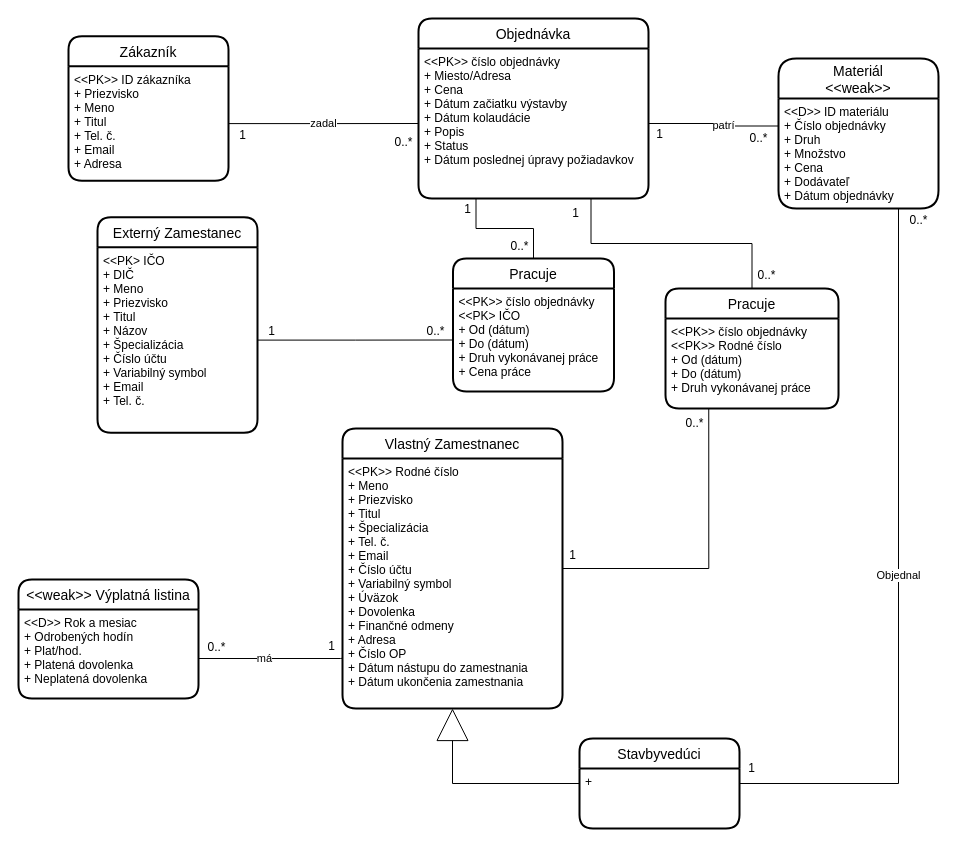
The draw.io diagram stavebnaFirma.drawio in adamlazik1/ids, before the edit. Source tidied: cells renumbered, new cells numbered last; positions are measured from the earlier drawing's top-left corner, leaving out a move shared by most shapes. Both pictures are drawn from the tidied source at 100%, with x=0, y=0 at pixel (18, 18).
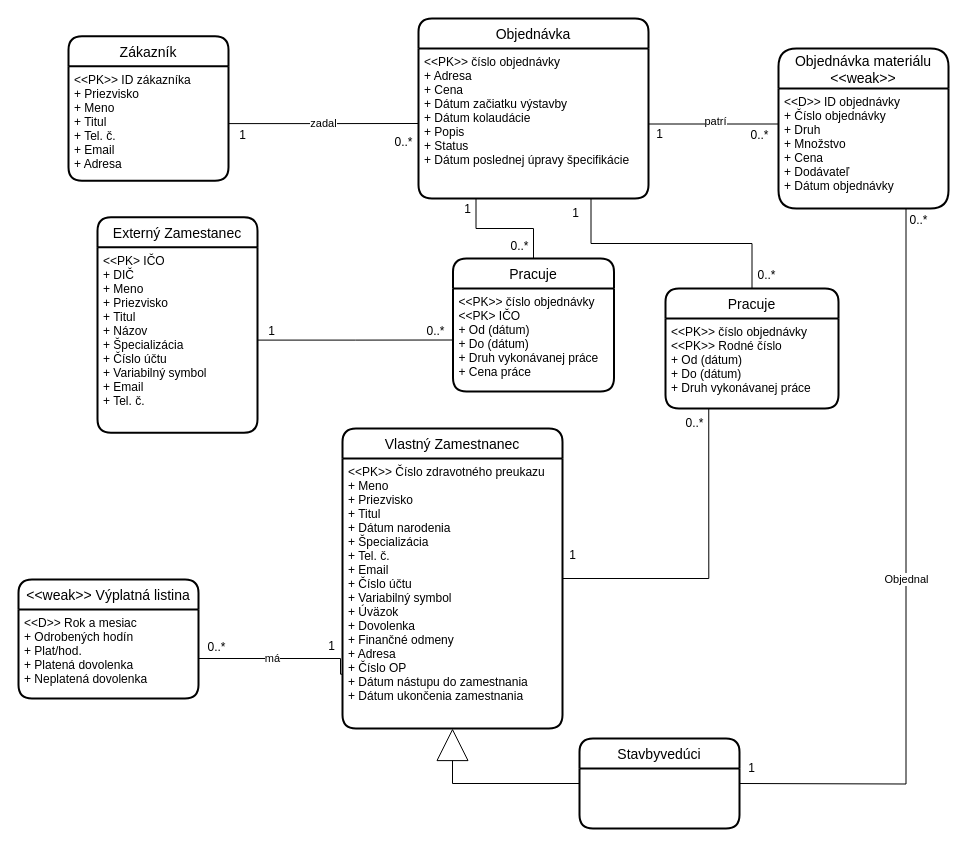
The same page after the edit.

Commit message (it also covers changes not shown here):
Use Case Diagram

Unchanged cells that the change refers to:
```xml
<mxCell id="4" value="Objednávka" style="swimlane;horizontal=1;startSize=30;rounded=1;fontSize=14;fontStyle=0;strokeWidth=2;shadow=0;dashed=0;align=center;" parent="1" vertex="1">
  <mxGeometry x="400" width="230" height="180" as="geometry" />
</mxCell>
<mxCell id="30" value="Stavbyvedúci" style="swimlane;horizontal=1;startSize=30;rounded=1;fontSize=14;fontStyle=0;strokeWidth=2;shadow=0;dashed=0;align=center;" parent="1" vertex="1">
  <mxGeometry x="561" y="720" width="160" height="90" as="geometry" />
</mxCell>
```

The edit, as a diff of the source:
```diff
@@
-    <mxCell id="5" value="&lt;&lt;PK&gt;&gt; číslo objednávky&#10;+ Miesto/Adresa&#10;+ Cena&#10;+ Dátum začiatku výstavby&#10;+ Dátum kolaudácie&#10;+ Popis&#10;+ Status&#10;+ Dátum poslednej úpravy požiadavkov" style="align=left;strokeColor=none;fillColor=none;spacingLeft=4;fontSize=12;verticalAlign=top;" parent="4" vertex="1">
+    <mxCell id="5" value="&lt;&lt;PK&gt;&gt; číslo objednávky&#10;+ Adresa&#10;+ Cena&#10;+ Dátum začiatku výstavby&#10;+ Dátum kolaudácie&#10;+ Popis&#10;+ Status&#10;+ Dátum poslednej úpravy špecifikácie" style="align=left;strokeColor=none;fillColor=none;spacingLeft=4;fontSize=12;verticalAlign=top;" parent="4" vertex="1">
       <mxGeometry y="30" width="230" height="150" as="geometry" />
     </mxCell>
-    <mxCell id="6" value="Materiál&#10;&lt;&lt;weak&gt;&gt;" style="swimlane;horizontal=1;startSize=40;rounded=1;fontSize=14;fontStyle=0;strokeWidth=2;shadow=0;dashed=0;align=center;" parent="1" vertex="1">
-      <mxGeometry x="760" y="40" width="160" height="150" as="geometry" />
+    <mxCell id="6" value="Objednávka materiálu&#10;&lt;&lt;weak&gt;&gt;" style="swimlane;horizontal=1;startSize=40;rounded=1;fontSize=14;fontStyle=0;strokeWidth=2;shadow=0;dashed=0;align=center;" parent="1" vertex="1">
+      <mxGeometry x="760" y="30" width="170" height="160" as="geometry" />
     </mxCell>
-    <mxCell id="7" value="&lt;&lt;D&gt;&gt; ID materiálu&#10;+ Číslo objednávky&#10;+ Druh&#10;+ Množstvo&#10;+ Cena&#10;+ Dodávateľ&#10;+ Dátum objednávky" style="align=left;strokeColor=none;fillColor=none;spacingLeft=4;fontSize=12;verticalAlign=top;" parent="6" vertex="1">
-      <mxGeometry y="40" width="160" height="110" as="geometry" />
+    <mxCell id="7" value="&lt;&lt;D&gt;&gt; ID objednávky&#10;+ Číslo objednávky&#10;+ Druh&#10;+ Množstvo&#10;+ Cena&#10;+ Dodávateľ&#10;+ Dátum objednávky" style="align=left;strokeColor=none;fillColor=none;spacingLeft=4;fontSize=12;verticalAlign=top;" parent="6" vertex="1">
+      <mxGeometry y="40" width="170" height="120" as="geometry" />
     </mxCell>
@@
     <mxCell id="9" value="Vlastný Zamestnanec" style="swimlane;horizontal=1;startSize=30;rounded=1;fontSize=14;fontStyle=0;strokeWidth=2;shadow=0;dashed=0;align=center;" parent="1" vertex="1">
-      <mxGeometry x="324" y="410" width="220" height="280" as="geometry" />
+      <mxGeometry x="324" y="410" width="220" height="300" as="geometry" />
     </mxCell>
-    <mxCell id="10" value="&lt;&lt;PK&gt;&gt; Rodné číslo&#10;+ Meno&#10;+ Priezvisko&#10;+ Titul&#10;+ Špecializácia&#10;+ Tel. č.&#10;+ Email&#10;+ Číslo účtu&#10;+ Variabilný symbol&#10;+ Úväzok&#10;+ Dovolenka&#10;+ Finančné odmeny&#10;+ Adresa&#10;+ Číslo OP&#10;+ Dátum nástupu do zamestnania&#10;+ Dátum ukončenia zamestnania" style="align=left;strokeColor=none;fillColor=none;spacingLeft=4;fontSize=12;verticalAlign=top;" parent="9" vertex="1">
-      <mxGeometry y="30" width="220" height="250" as="geometry" />
+    <mxCell id="10" value="&lt;&lt;PK&gt;&gt; Číslo zdravotného preukazu&#10;+ Meno&#10;+ Priezvisko&#10;+ Titul&#10;+ Dátum narodenia&#10;+ Špecializácia&#10;+ Tel. č.&#10;+ Email&#10;+ Číslo účtu&#10;+ Variabilný symbol&#10;+ Úväzok&#10;+ Dovolenka&#10;+ Finančné odmeny&#10;+ Adresa&#10;+ Číslo OP&#10;+ Dátum nástupu do zamestnania&#10;+ Dátum ukončenia zamestnania" style="align=left;strokeColor=none;fillColor=none;spacingLeft=4;fontSize=12;verticalAlign=top;" parent="9" vertex="1">
+      <mxGeometry y="30" width="220" height="270" as="geometry" />
     </mxCell>
-    <mxCell id="11" value="Objednal" style="edgeStyle=orthogonalEdgeStyle;rounded=0;jettySize=auto;html=1;entryX=0.75;entryY=1;entryDx=0;entryDy=0;strokeColor=default;endArrow=none;endFill=0;exitX=1;exitY=0.25;exitDx=0;exitDy=0;" parent="1" edge="1" source="31" target="7">
-      <mxGeometry relative="1" as="geometry" />
+    <mxCell id="11" value="Objednal" style="edgeStyle=orthogonalEdgeStyle;rounded=0;jettySize=auto;html=1;entryX=0.75;entryY=1;entryDx=0;entryDy=0;strokeColor=default;endArrow=none;endFill=0;exitX=1;exitY=0.25;exitDx=0;exitDy=0;" parent="1" edge="1" target="7">
+      <mxGeometry relative="1" as="geometry">
+        <mxPoint x="721" y="765" as="sourcePoint" />
+      </mxGeometry>
     </mxCell>
@@
-    <mxCell id="13" style="edgeStyle=orthogonalEdgeStyle;rounded=0;jettySize=auto;html=1;exitX=1;exitY=0.5;exitDx=0;exitDy=0;entryX=0;entryY=0.25;entryDx=0;entryDy=0;strokeColor=default;endArrow=none;endFill=0;" parent="1" edge="1" source="5" target="7">
-      <mxGeometry relative="1" as="geometry" />
+    <mxCell id="13" style="edgeStyle=orthogonalEdgeStyle;rounded=0;orthogonalLoop=1;jettySize=auto;html=1;exitX=1;exitY=0.5;exitDx=0;exitDy=0;entryX=0;entryY=0.25;entryDx=0;entryDy=0;strokeColor=default;endArrow=none;endFill=0;" parent="1" edge="1">
+      <mxGeometry relative="1" as="geometry">
+        <mxPoint x="630" y="105.5" as="sourcePoint" />
+        <mxPoint x="760" y="100.5" as="targetPoint" />
+        <Array as="points">
+          <mxPoint x="760" y="105.5" />
+        </Array>
+      </mxGeometry>
     </mxCell>
     <mxCell id="14" value="patrí" style="edgeLabel;html=1;align=center;verticalAlign=middle;" parent="13" vertex="1">
-      <mxGeometry x="0.16" y="1" relative="1" as="geometry" />
+      <mxGeometry x="0.16" y="1" relative="1" as="geometry">
+        <mxPoint x="-12" y="-2" as="offset" />
+      </mxGeometry>
     </mxCell>
@@
     <mxCell id="21" value="0..*" style="text;html=1;align=center;verticalAlign=middle;strokeColor=none;fillColor=none;" parent="1" vertex="1">
-      <mxGeometry x="720" y="104.5" width="40" height="30" as="geometry" />
+      <mxGeometry x="721" y="102" width="40" height="30" as="geometry" />
     </mxCell>
@@
-    <mxCell id="31" value="+" style="align=left;strokeColor=none;fillColor=none;spacingLeft=4;fontSize=12;verticalAlign=top;" parent="30" vertex="1">
-      <mxGeometry y="30" width="160" height="60" as="geometry" />
-    </mxCell>
```
